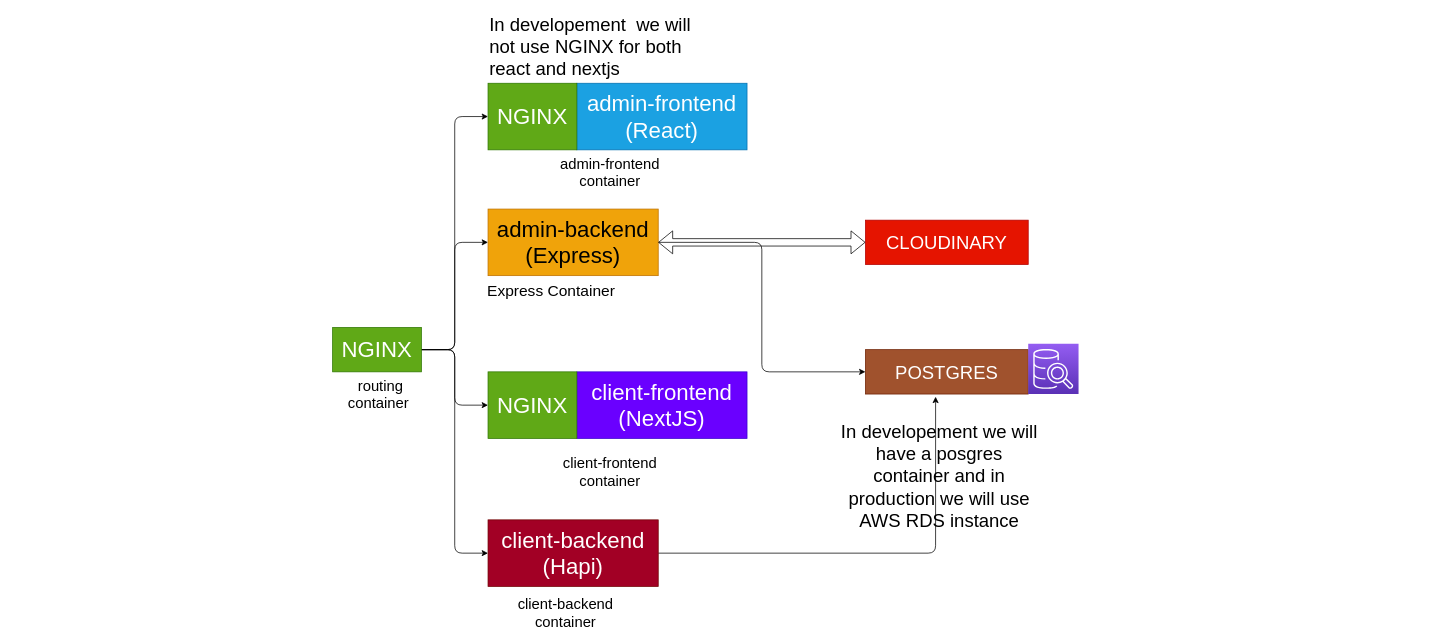
Above: page "App architecture" (1 of 2) of wireframe.drawio in gaurav219/framoepedia (draw.io), before the change. Source tidied: cells renumbered, new cells numbered last; positions are measured from the earlier drawing's top-left corner, leaving out a move shared by most shapes. Both pictures are drawn from the tidied source at 74%, with x=0, y=0 at pixel (317, 38).
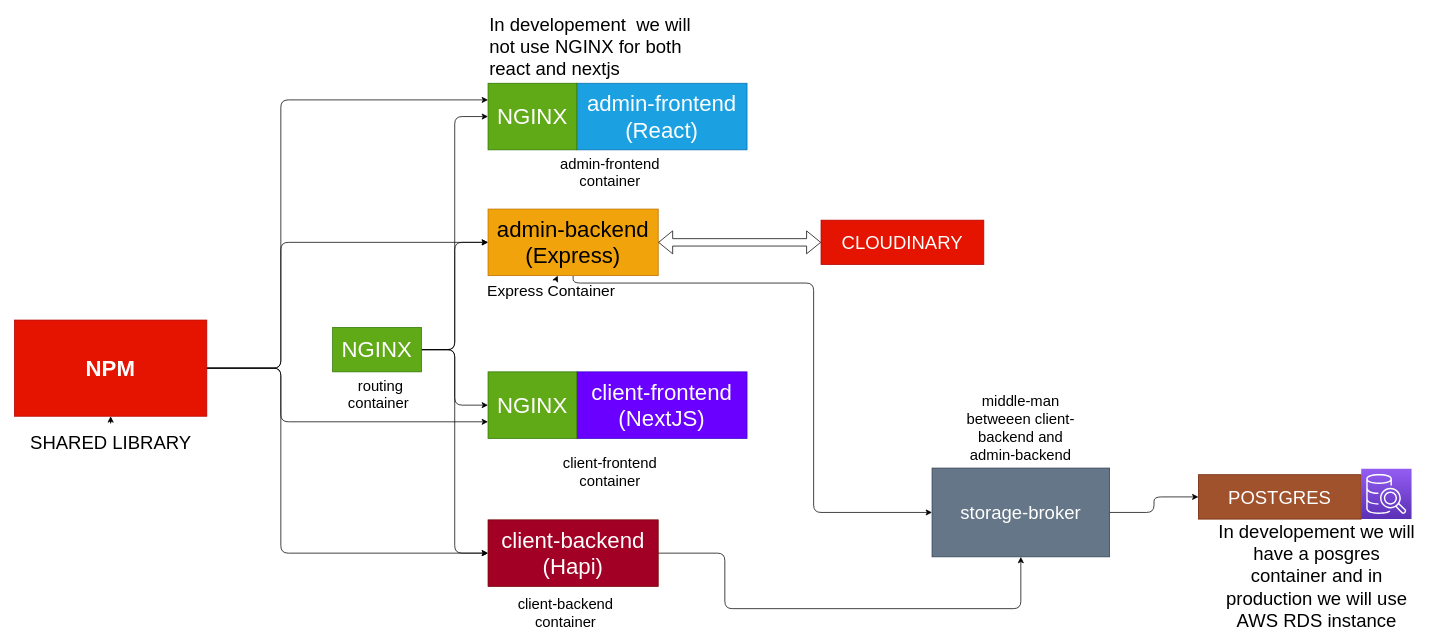
Above is the later version.

The change refers to these unchanged cells:
```xml
<mxCell id="8" value="&lt;font style=&quot;font-size: 30px&quot;&gt;NGINX&lt;/font&gt;" style="rounded=0;whiteSpace=wrap;html=1;fillColor=#60a917;strokeColor=#2D7600;fontColor=#ffffff;" parent="1" vertex="1">
  <mxGeometry x="230" y="60" width="120" height="90" as="geometry" />
</mxCell>
<mxCell id="12" value="&lt;font style=&quot;font-size: 30px&quot;&gt;NGINX&lt;/font&gt;" style="rounded=0;whiteSpace=wrap;html=1;fillColor=#60a917;strokeColor=#2D7600;fontColor=#ffffff;" parent="1" vertex="1">
  <mxGeometry x="230" y="450" width="120" height="90" as="geometry" />
</mxCell>
<mxCell id="15" value="&lt;font style=&quot;font-size: 30px&quot;&gt;admin-backend&lt;br&gt;(Express)&lt;br&gt;&lt;/font&gt;" style="rounded=0;whiteSpace=wrap;html=1;fillColor=#f0a30a;strokeColor=#BD7000;fontColor=#000000;" parent="1" vertex="1">
  <mxGeometry x="230" y="230" width="230" height="90" as="geometry" />
</mxCell>
<mxCell id="17" value="&lt;font style=&quot;font-size: 30px&quot;&gt;client-backend&lt;br&gt;(Hapi)&lt;br&gt;&lt;/font&gt;" style="rounded=0;whiteSpace=wrap;html=1;fillColor=#a20025;strokeColor=#6F0000;fontColor=#ffffff;" parent="1" vertex="1">
  <mxGeometry x="230" y="650" width="230" height="90" as="geometry" />
</mxCell>
<mxCell id="18" value="Express Container" style="text;html=1;align=center;verticalAlign=middle;points=[];strokeColor=none;fontSize=21;" parent="1" vertex="1">
  <mxGeometry x="220" y="325" width="190" height="30" as="geometry" />
</mxCell>
```

What changed in the source:
```diff
@@
-    <mxCell id="14" style="edgeStyle=elbowEdgeStyle;html=1;entryX=0;entryY=0.5;entryDx=0;entryDy=0;" parent="1" edge="1" source="15" target="21">
-      <mxGeometry relative="1" as="geometry" />
-    </mxCell>
+    <mxCell id="26" style="edgeStyle=orthogonalEdgeStyle;html=1;entryX=0;entryY=0.5;entryDx=0;entryDy=0;" parent="1" edge="1" source="15" target="30">
+      <mxGeometry relative="1" as="geometry">
+        <Array as="points">
+          <mxPoint x="345" y="330" />
+          <mxPoint x="670" y="330" />
+          <mxPoint x="670" y="640" />
+        </Array>
+      </mxGeometry>
+    </mxCell>
@@
-    <mxCell id="16" style="edgeStyle=orthogonalEdgeStyle;html=1;entryX=0.431;entryY=1.061;entryDx=0;entryDy=0;entryPerimeter=0;fontSize=21;" parent="1" edge="1" source="17" target="21">
-      <mxGeometry relative="1" as="geometry" />
-    </mxCell>
+    <mxCell id="27" style="edgeStyle=orthogonalEdgeStyle;html=1;entryX=0.5;entryY=1;entryDx=0;entryDy=0;" parent="1" edge="1" source="17" target="30">
+      <mxGeometry relative="1" as="geometry">
+        <Array as="points">
+          <mxPoint x="550" y="695" />
+          <mxPoint x="550" y="770" />
+          <mxPoint x="950" y="770" />
+        </Array>
+      </mxGeometry>
+    </mxCell>
@@
+    <mxCell id="28" style="edgeStyle=none;html=1;" parent="1" edge="1" source="18" target="15">
+      <mxGeometry relative="1" as="geometry" />
+    </mxCell>
@@
     <mxCell id="20" value="&lt;font style=&quot;font-size: 25px&quot;&gt;CLOUDINARY&lt;/font&gt;" style="rounded=0;whiteSpace=wrap;html=1;fillColor=#e51400;strokeColor=#B20000;fontColor=#ffffff;" parent="1" vertex="1">
-      <mxGeometry x="740" y="245" width="220" height="60" as="geometry" />
+      <mxGeometry x="680" y="245" width="220" height="60" as="geometry" />
     </mxCell>
     <mxCell id="21" value="&lt;font style=&quot;font-size: 25px&quot;&gt;POSTGRES&lt;/font&gt;" style="rounded=0;whiteSpace=wrap;html=1;fillColor=#a0522d;strokeColor=#6D1F00;fontColor=#ffffff;" parent="1" vertex="1">
-      <mxGeometry x="740" y="420" width="220" height="60" as="geometry" />
+      <mxGeometry x="1190" y="589" width="220" height="60" as="geometry" />
     </mxCell>
@@
     <mxCell id="23" value="&lt;font style=&quot;font-size: 25px&quot;&gt;In developement we will have a posgres container and in production we will use AWS RDS instance&lt;/font&gt;" style="text;html=1;strokeColor=none;fillColor=none;align=center;verticalAlign=middle;whiteSpace=wrap;rounded=0;" parent="1" vertex="1">
-      <mxGeometry x="700" y="580" width="280" height="20" as="geometry" />
+      <mxGeometry x="1210" y="715" width="280" height="20" as="geometry" />
     </mxCell>
@@
     <mxCell id="25" style="fontColor=#232F3E;gradientColor=#945DF2;gradientDirection=north;fillColor=#5A30B5;strokeColor=#ffffff;dashed=0;verticalLabelPosition=bottom;verticalAlign=top;align=center;html=1;fontSize=12;fontStyle=0;shape=mxgraph.aws4.resourceIcon;resIcon=mxgraph.aws4.sql_workbench;" parent="1" vertex="1">
-      <mxGeometry x="960" y="412" width="68" height="68" as="geometry" />
+      <mxGeometry x="1410" y="581" width="68" height="68" as="geometry" />
     </mxCell>
+    <mxCell id="29" style="edgeStyle=orthogonalEdgeStyle;html=1;entryX=0;entryY=0.5;entryDx=0;entryDy=0;" parent="1" edge="1" source="30" target="21">
+      <mxGeometry relative="1" as="geometry" />
+    </mxCell>
+    <mxCell id="30" value="&lt;font style=&quot;font-size: 25px&quot;&gt;storage-broker&lt;/font&gt;" style="rounded=0;whiteSpace=wrap;html=1;fillColor=#647687;strokeColor=#314354;fontColor=#ffffff;" parent="1" vertex="1">
+      <mxGeometry x="830" y="580" width="240" height="120" as="geometry" />
+    </mxCell>
+    <mxCell id="31" value="&lt;span style=&quot;font-size: 20px&quot;&gt;middle-man betweeen client-backend and admin-backend&lt;/span&gt;" style="text;html=1;strokeColor=none;fillColor=none;align=center;verticalAlign=middle;whiteSpace=wrap;rounded=0;" parent="1" vertex="1">
+      <mxGeometry x="865" y="500" width="170" height="50" as="geometry" />
+    </mxCell>
+    <mxCell id="32" style="edgeStyle=orthogonalEdgeStyle;html=1;entryX=0;entryY=0.25;entryDx=0;entryDy=0;" parent="1" edge="1" source="36" target="8">
+      <mxGeometry relative="1" as="geometry">
+        <Array as="points">
+          <mxPoint x="-50" y="445" />
+          <mxPoint x="-50" y="83" />
+        </Array>
+      </mxGeometry>
+    </mxCell>
+    <mxCell id="33" style="edgeStyle=orthogonalEdgeStyle;html=1;entryX=0;entryY=0.5;entryDx=0;entryDy=0;" parent="1" edge="1" source="36" target="15">
+      <mxGeometry relative="1" as="geometry">
+        <Array as="points">
+          <mxPoint x="-50" y="445" />
+          <mxPoint x="-50" y="275" />
+        </Array>
+      </mxGeometry>
+    </mxCell>
+    <mxCell id="34" style="edgeStyle=orthogonalEdgeStyle;html=1;entryX=0;entryY=0.75;entryDx=0;entryDy=0;" parent="1" edge="1" source="36" target="12">
+      <mxGeometry relative="1" as="geometry">
+        <Array as="points">
+          <mxPoint x="-50" y="445" />
+          <mxPoint x="-50" y="517" />
+        </Array>
+      </mxGeometry>
+    </mxCell>
+    <mxCell id="35" style="edgeStyle=orthogonalEdgeStyle;html=1;entryX=0;entryY=0.5;entryDx=0;entryDy=0;" parent="1" edge="1" source="36" target="17">
+      <mxGeometry relative="1" as="geometry">
+        <Array as="points">
+          <mxPoint x="-50" y="445" />
+          <mxPoint x="-50" y="695" />
+        </Array>
+      </mxGeometry>
+    </mxCell>
+    <mxCell id="36" value="&lt;font style=&quot;font-size: 30px&quot;&gt;&lt;b&gt;NPM&lt;/b&gt;&lt;/font&gt;" style="rounded=0;whiteSpace=wrap;html=1;fillColor=#e51400;strokeColor=#B20000;fontColor=#ffffff;" parent="1" vertex="1">
+      <mxGeometry x="-410" y="380" width="260" height="130" as="geometry" />
+    </mxCell>
+    <mxCell id="37" style="edgeStyle=orthogonalEdgeStyle;html=1;" parent="1" edge="1" source="38" target="36">
+      <mxGeometry relative="1" as="geometry" />
+    </mxCell>
+    <mxCell id="38" value="&lt;font style=&quot;font-size: 25px&quot;&gt;SHARED LIBRARY&lt;/font&gt;" style="text;html=1;strokeColor=none;fillColor=none;align=center;verticalAlign=middle;whiteSpace=wrap;rounded=0;" parent="1" vertex="1">
+      <mxGeometry x="-412.5" y="520" width="265" height="50" as="geometry" />
+    </mxCell>
```
